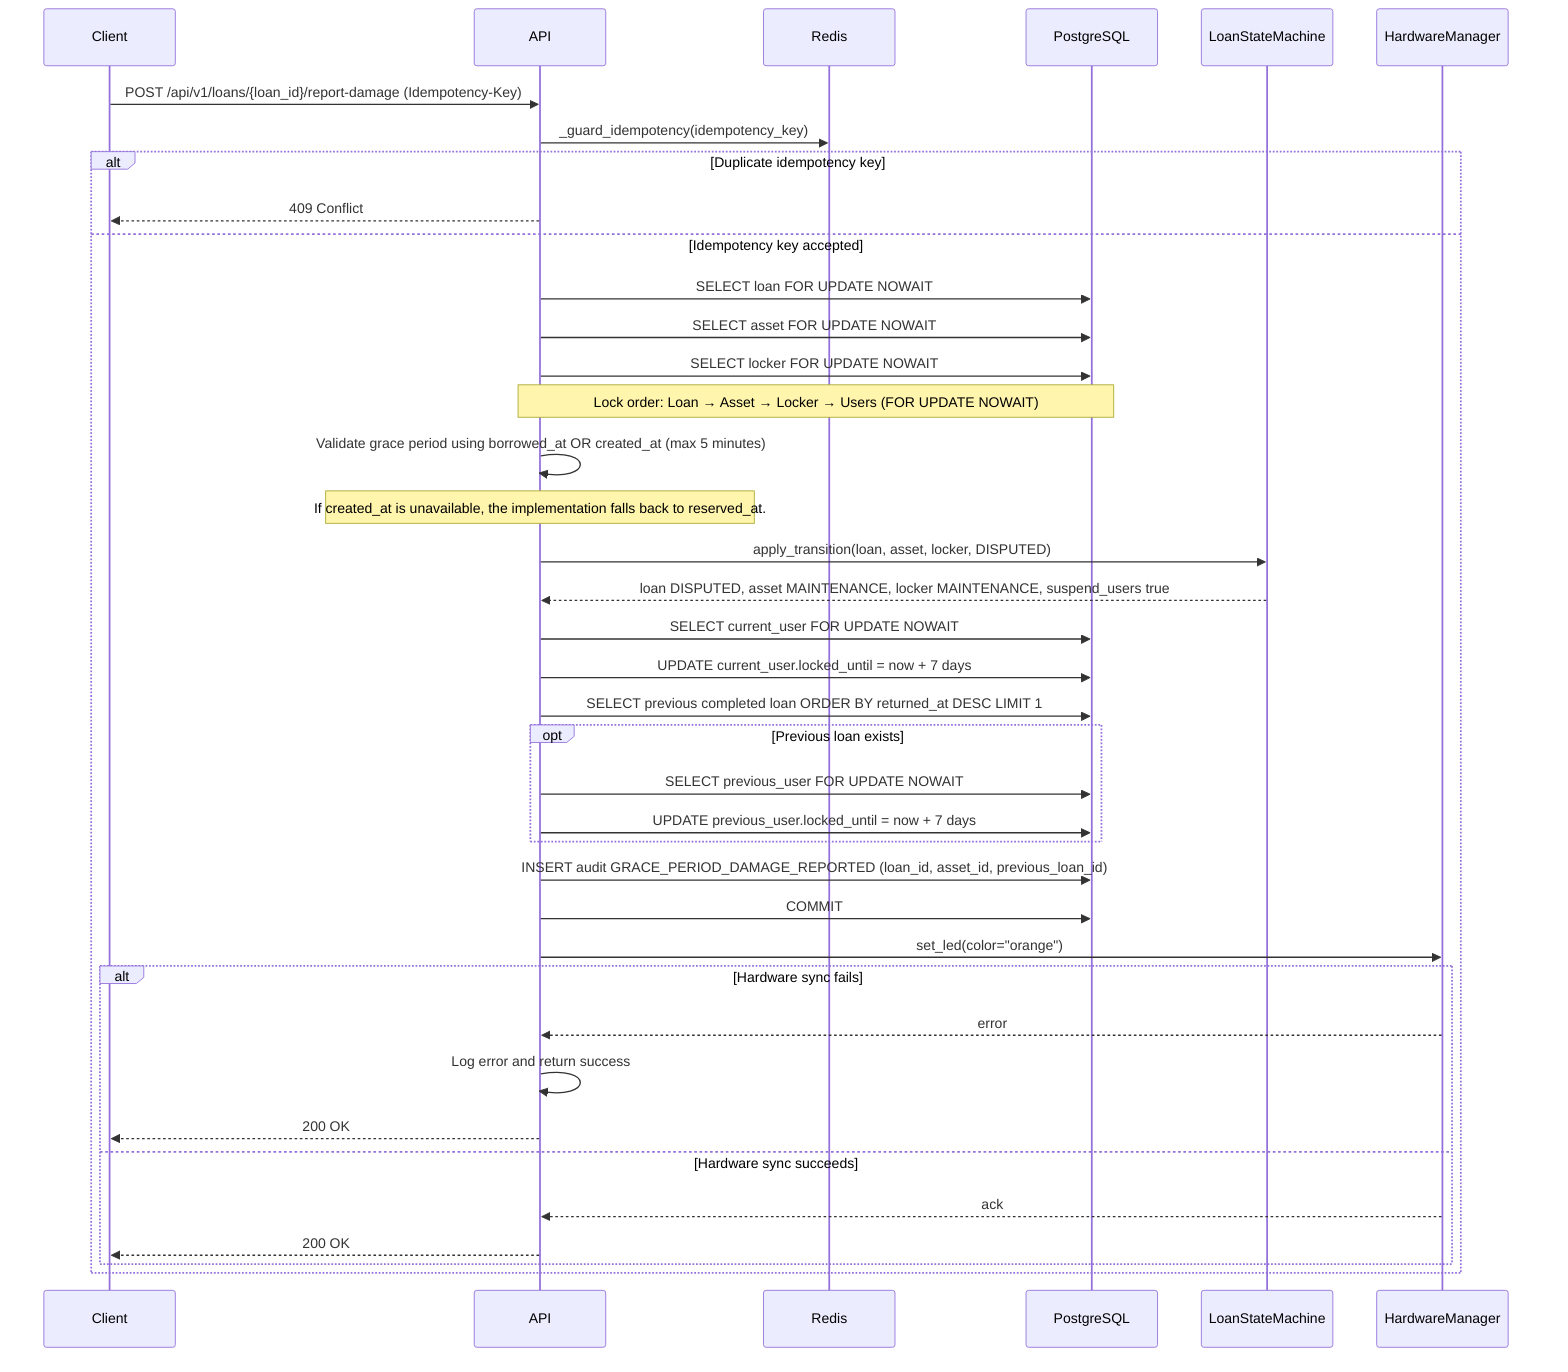
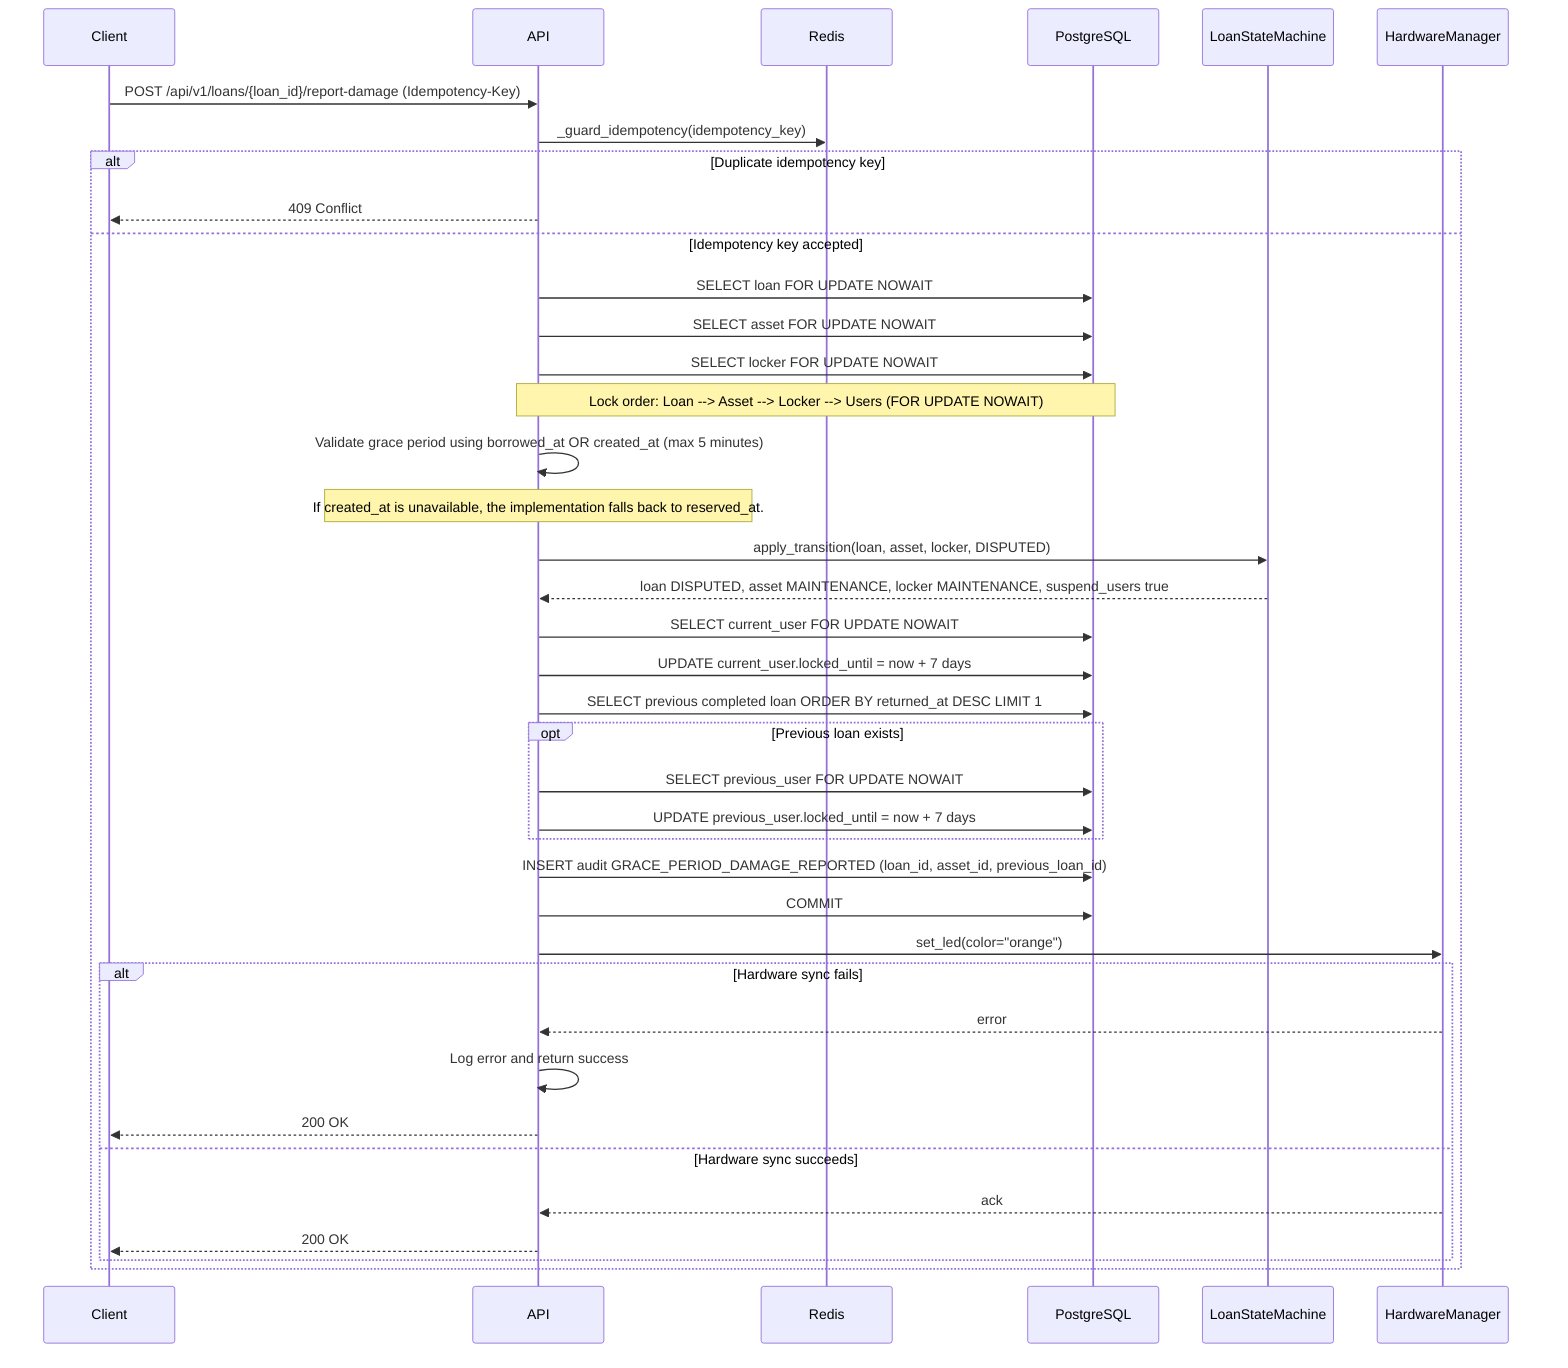
sequenceDiagram
    participant Client
    participant API
    participant Redis
    participant DB as PostgreSQL
    participant LoanStateMachine
    participant HardwareManager

    Client->>API: POST /api/v1/loans/{loan_id}/report-damage (Idempotency-Key)
    API->>Redis: _guard_idempotency(idempotency_key)

    alt Duplicate idempotency key
        API-->>Client: 409 Conflict
    else Idempotency key accepted
        API->>DB: SELECT loan FOR UPDATE NOWAIT
        API->>DB: SELECT asset FOR UPDATE NOWAIT
        API->>DB: SELECT locker FOR UPDATE NOWAIT
-         Note over API,DB: Lock order: Loan → Asset → Locker → Users (FOR UPDATE NOWAIT)
+         Note over API,DB: Lock order: Loan --> Asset --> Locker --> Users (FOR UPDATE NOWAIT)

        API->>API: Validate grace period using borrowed_at OR created_at (max 5 minutes)
        Note over API: If created_at is unavailable, the implementation falls back to reserved_at.

        API->>LoanStateMachine: apply_transition(loan, asset, locker, DISPUTED)
        LoanStateMachine-->>API: loan DISPUTED, asset MAINTENANCE, locker MAINTENANCE, suspend_users true

        API->>DB: SELECT current_user FOR UPDATE NOWAIT
        API->>DB: UPDATE current_user.locked_until = now + 7 days
        API->>DB: SELECT previous completed loan ORDER BY returned_at DESC LIMIT 1

        opt Previous loan exists
            API->>DB: SELECT previous_user FOR UPDATE NOWAIT
            API->>DB: UPDATE previous_user.locked_until = now + 7 days
        end

        API->>DB: INSERT audit GRACE_PERIOD_DAMAGE_REPORTED (loan_id, asset_id, previous_loan_id)
        API->>DB: COMMIT

        API->>HardwareManager: set_led(color="orange")
        alt Hardware sync fails
            HardwareManager-->>API: error
            API->>API: Log error and return success
            API-->>Client: 200 OK
        else Hardware sync succeeds
            HardwareManager-->>API: ack
            API-->>Client: 200 OK
        end
    end
